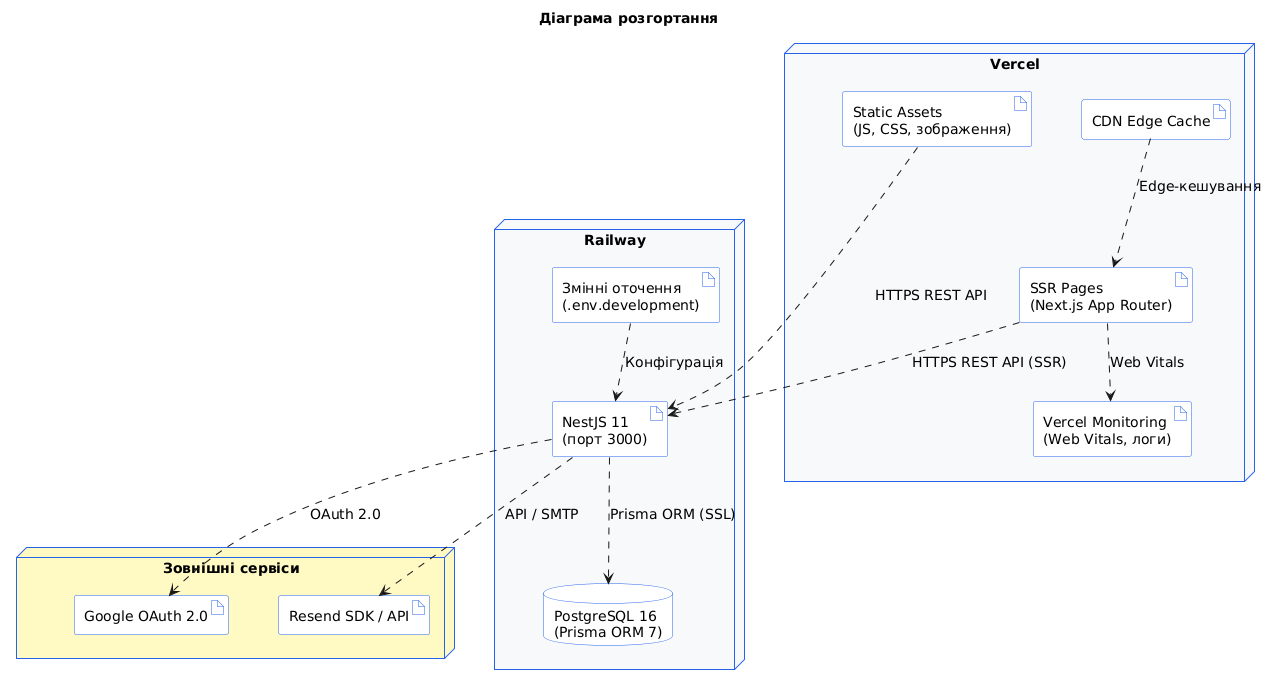
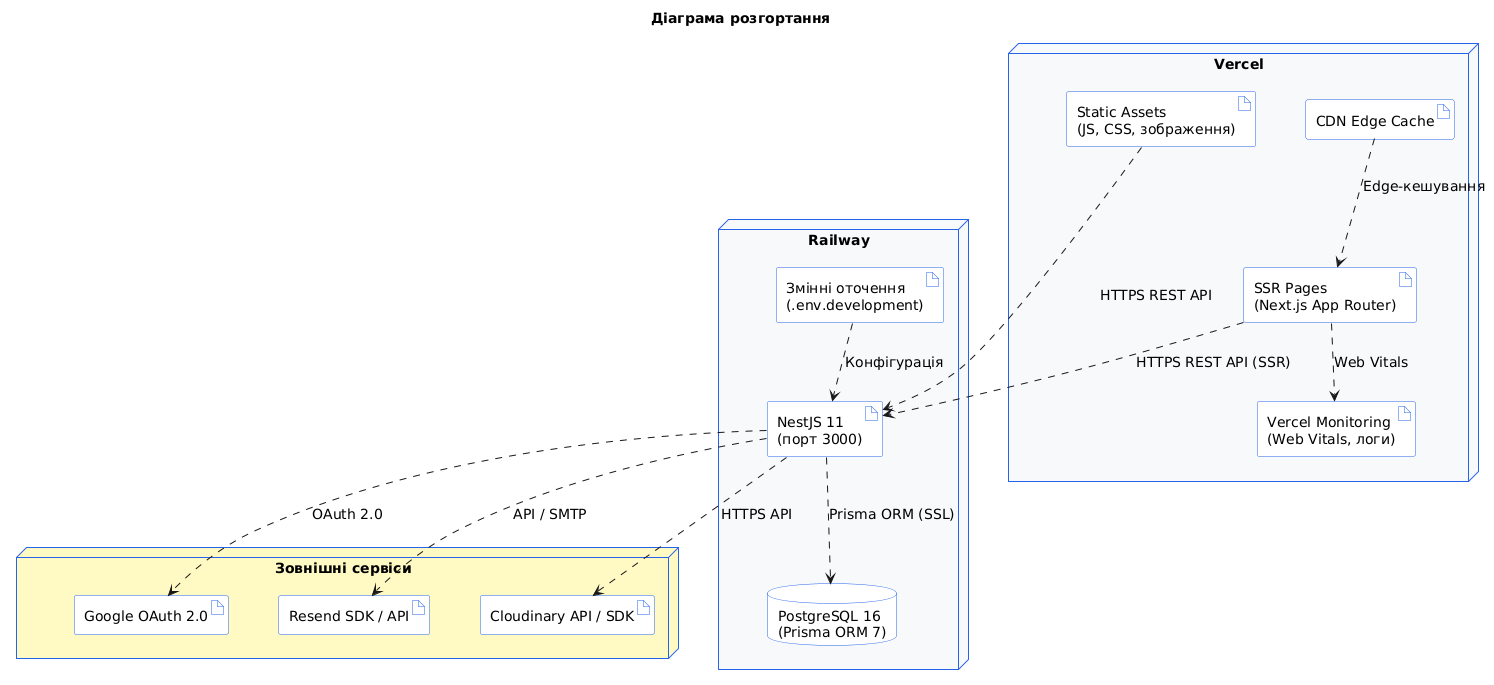
@startuml Deployment

skinparam backgroundColor #FFFFFF
skinparam shadowing false
skinparam packageStyle rectangle
skinparam defaultFontName "DejaVu Sans"
skinparam defaultFontSize 14
skinparam nodesep 50
skinparam ranksep 60

skinparam nodeBackgroundColor #FFFFFF
skinparam nodeBorderColor #2563eb
skinparam nodeArrowColor #2563eb
skinparam artifactBackgroundColor #FFFFFF
skinparam artifactBorderColor #2563eb
skinparam databaseBackgroundColor #FFFFFF
skinparam databaseBorderColor #2563eb

top to bottom direction

title Діаграма розгортання

node "Vercel" as Vercel_Node #F8F9FA {
  artifact "Static Assets\n(JS, CSS, зображення)" as Static
  artifact "SSR Pages\n(Next.js App Router)" as SSR
  artifact "CDN Edge Cache" as CDN
  artifact "Vercel Monitoring\n(Web Vitals, логи)" as Monitor
}

node "Railway" as Railway_Node #F8F9FA {
  artifact "NestJS 11\n(порт 3000)" as NestJS
  artifact "Змінні оточення\n(.env.development)" as Env
  database "PostgreSQL 16\n(Prisma ORM 7)" as PgDB
}

node "Зовнішні сервіси" as Ext_Node #FFF9C4 {
  artifact "Google OAuth 2.0" as Google
  artifact "Resend SDK / API" as Resend
+   artifact "Cloudinary API / SDK" as Cloudinary
}

Vercel_Node -[hidden]down-> Railway_Node
Railway_Node -[hidden]right-> Ext_Node

Static ..> NestJS : HTTPS REST API
SSR ..> NestJS : HTTPS REST API (SSR)
CDN ..> SSR : Edge-кешування

NestJS ..> PgDB : Prisma ORM (SSL)
NestJS ..> Resend : API / SMTP
NestJS ..> Google : OAuth 2.0
+ NestJS ..> Cloudinary : HTTPS API

SSR ..> Monitor : Web Vitals

Env ..> NestJS : Конфігурація

@enduml
